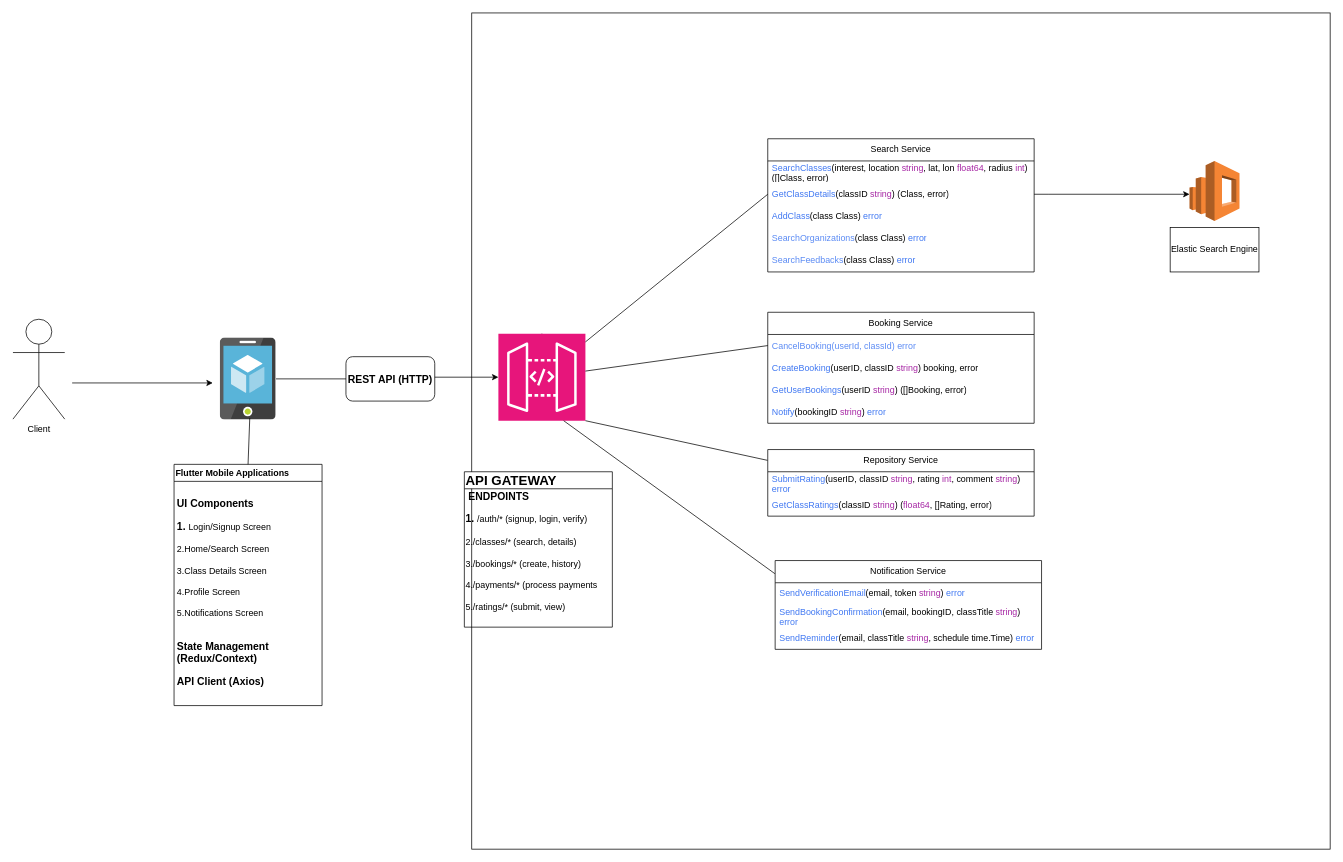
Dikontay/hobbyfind keeps this draw.io diagram as Untitled Diagram.drawio. Above is the earlier version. Source tidied: cells renumbered, new cells numbered last; positions are measured from the earlier drawing's top-left corner, leaving out a move shared by most shapes. Both pictures are drawn from the tidied source at 74%, with x=0, y=0 at pixel (13, 13).
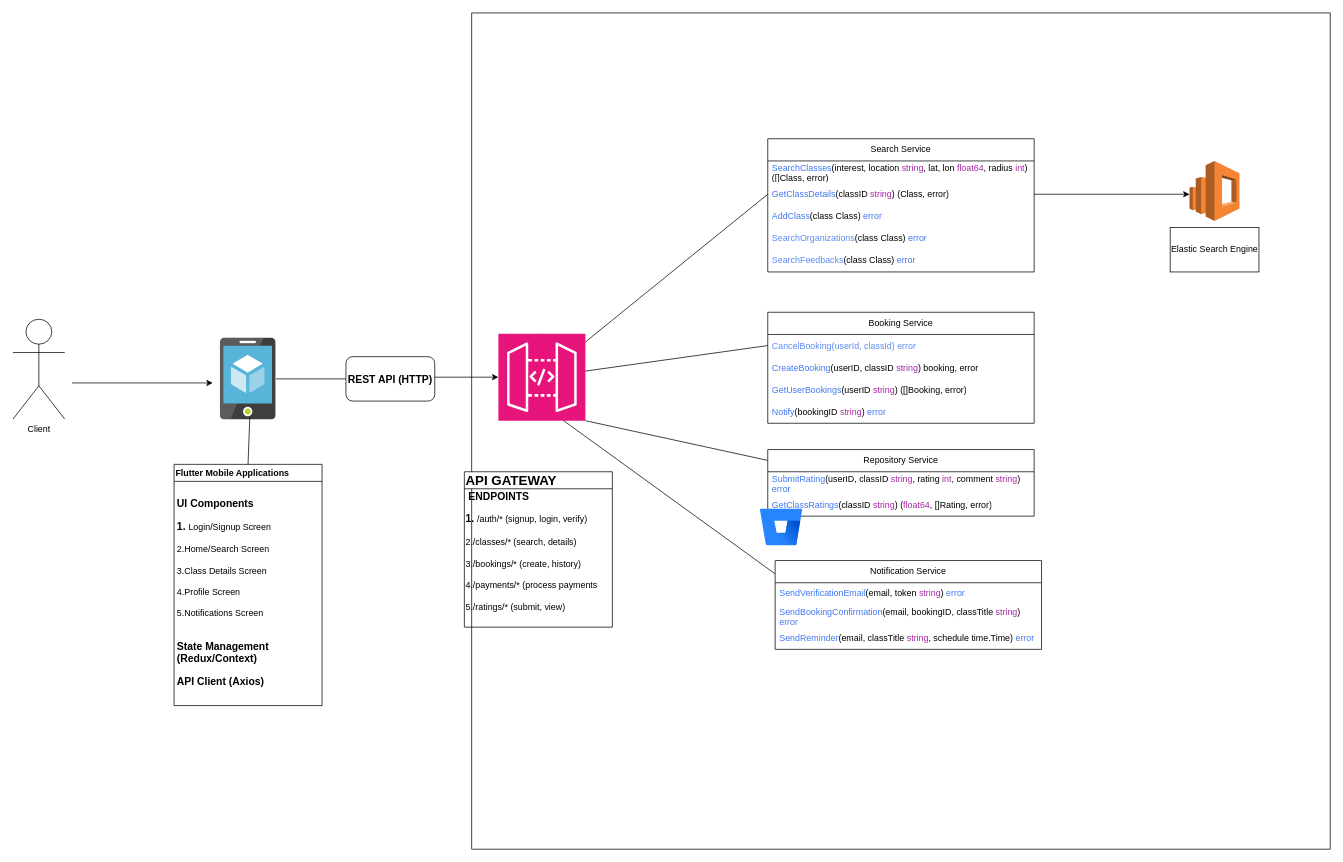
After the change.

Diff of the diagram source:
```diff
@@
+    <mxCell id="40" style="image;html=1;image=img/lib/atlassian/Bitbucket_Logo.svg;" parent="1" vertex="1">
+      <mxGeometry x="1010" y="670" width="57" height="50" as="geometry" />
+    </mxCell>
```
